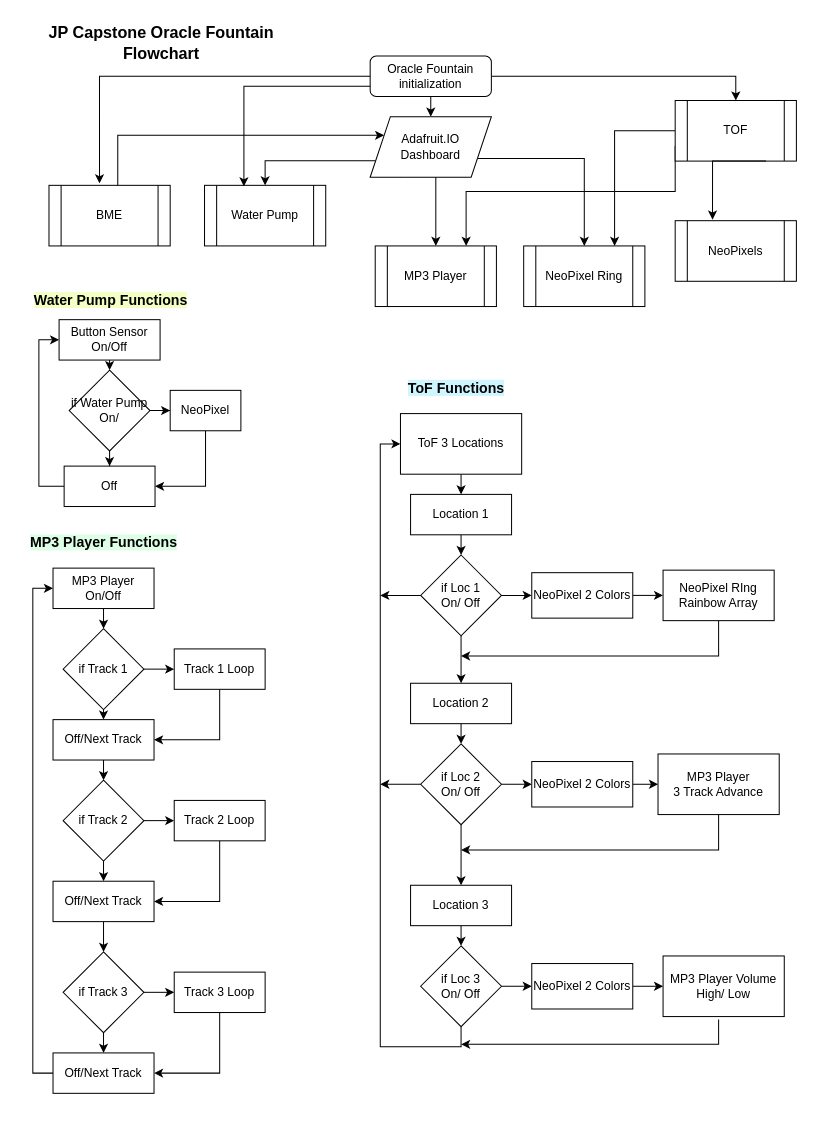
Above: JP_Capstone_Support_Files/JP_Oracle_Fountain.drawio in JPFunk/JP_Capstone (draw.io), before the change. Source tidied: cells renumbered, new cells numbered last; positions are measured from the earlier drawing's top-left corner, leaving out a move shared by most shapes. Both pictures are drawn from the tidied source at 101%, with x=0, y=0 at pixel (17, 17).
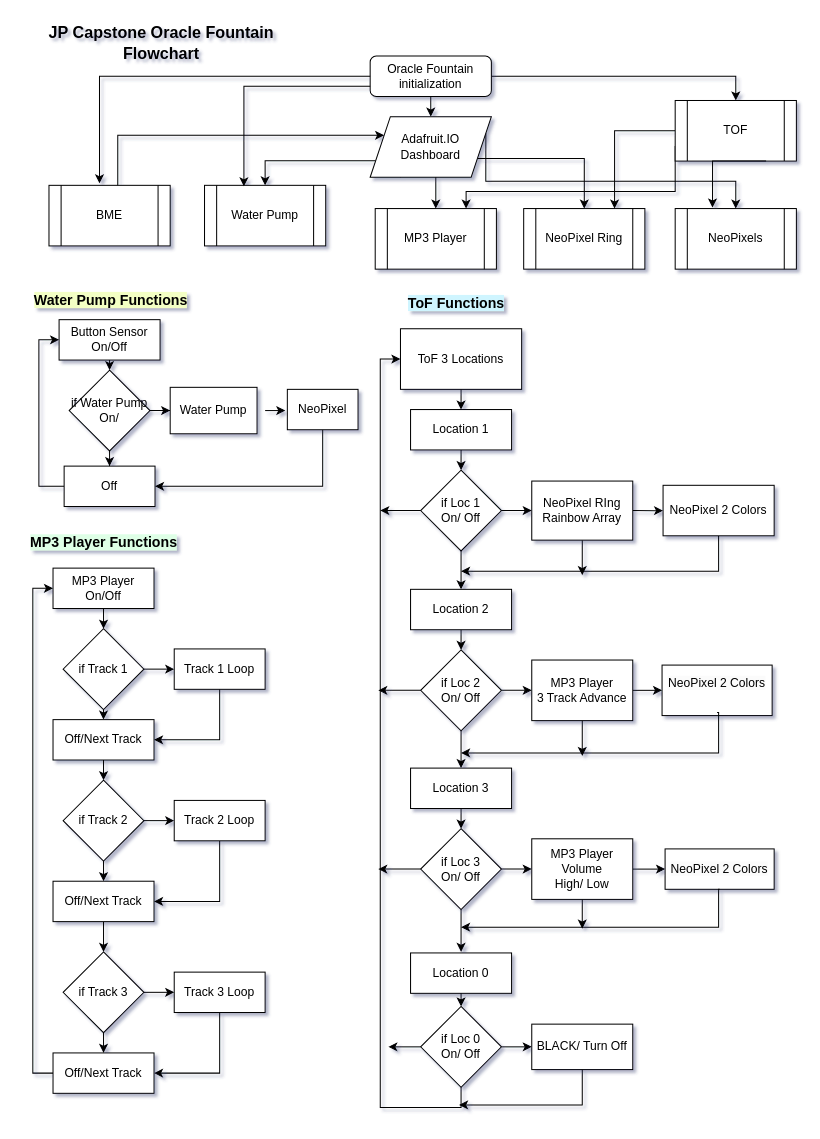
Above is the later version.

The change refers to these unchanged cells:
```xml
<mxCell id="12" value="Adafruit.IO Dashboard" style="shape=parallelogram;perimeter=parallelogramPerimeter;whiteSpace=wrap;html=1;fixedSize=1;" parent="1" vertex="1">
  <mxGeometry x="349" y="98" width="120" height="60" as="geometry" />
</mxCell>
<mxCell id="18" value="if Water Pump On/" style="rhombus;whiteSpace=wrap;html=1;" parent="1" vertex="1">
  <mxGeometry x="51" y="349" width="80" height="80" as="geometry" />
</mxCell>
```

What changed in the source:
```diff
@@
-<mxGraphModel>
+<mxGraphModel background="#ffffff" shadow="1">
@@
     <mxCell id="7" value="MP3 Player" style="shape=process;whiteSpace=wrap;html=1;backgroundOutline=1;" parent="1" vertex="1">
-      <mxGeometry x="354" y="226" width="120" height="60" as="geometry" />
+      <mxGeometry x="354" y="189" width="120" height="60" as="geometry" />
     </mxCell>
     <mxCell id="8" value="NeoPixels" style="shape=process;whiteSpace=wrap;html=1;backgroundOutline=1;" parent="1" vertex="1">
-      <mxGeometry x="651" y="201" width="120" height="60" as="geometry" />
+      <mxGeometry x="651" y="189" width="120" height="60" as="geometry" />
     </mxCell>
@@
+    <mxCell id="88" style="edgeStyle=orthogonalEdgeStyle;rounded=0;jettySize=auto;html=1;exitX=1;exitY=0.25;exitDx=0;exitDy=0;entryX=0.5;entryY=0;entryDx=0;entryDy=0;" parent="1" edge="1" source="12" target="8">
+      <mxGeometry relative="1" as="geometry">
+        <Array as="points">
+          <mxPoint x="464" y="162" />
+          <mxPoint x="711" y="162" />
+        </Array>
+      </mxGeometry>
+    </mxCell>
@@
-    <mxCell id="17" style="edgeStyle=orthogonalEdgeStyle;rounded=0;jettySize=auto;html=1;exitX=1;exitY=0.5;exitDx=0;exitDy=0;" parent="1" edge="1" source="18" target="23">
-      <mxGeometry relative="1" as="geometry" />
-    </mxCell>
@@
     <mxCell id="19" value="NeoPixel Ring" style="shape=process;whiteSpace=wrap;html=1;backgroundOutline=1;" parent="1" vertex="1">
-      <mxGeometry x="501" y="226" width="120" height="60" as="geometry" />
+      <mxGeometry x="501" y="189" width="120" height="60" as="geometry" />
     </mxCell>
@@
     <mxCell id="23" value="NeoPixel" style="rounded=0;whiteSpace=wrap;html=1;" parent="1" vertex="1">
-      <mxGeometry x="151" y="369" width="70" height="40" as="geometry" />
+      <mxGeometry x="267" y="368" width="70" height="40" as="geometry" />
     </mxCell>
@@
     <mxCell id="51" value="ToF 3 Locations" style="rounded=0;whiteSpace=wrap;html=1;" parent="1" vertex="1">
-      <mxGeometry x="379" y="392" width="120" height="60" as="geometry" />
+      <mxGeometry x="379" y="308" width="120" height="60" as="geometry" />
     </mxCell>
@@
     <mxCell id="54" style="edgeStyle=orthogonalEdgeStyle;rounded=0;jettySize=auto;html=1;exitX=0;exitY=0.5;exitDx=0;exitDy=0;" parent="1" edge="1" source="55">
       <mxGeometry relative="1" as="geometry">
-        <mxPoint x="359" y="572" as="targetPoint" />
+        <mxPoint x="359" y="488" as="targetPoint" />
       </mxGeometry>
     </mxCell>
     <mxCell id="55" value="if Loc 1&lt;div&gt;On/ Off&lt;/div&gt;" style="rhombus;whiteSpace=wrap;html=1;" parent="1" vertex="1">
-      <mxGeometry x="399" y="532" width="80" height="80" as="geometry" />
+      <mxGeometry x="399" y="448" width="80" height="80" as="geometry" />
     </mxCell>
@@
     <mxCell id="57" value="Location 1" style="rounded=0;whiteSpace=wrap;html=1;" parent="1" vertex="1">
-      <mxGeometry x="389" y="472" width="100" height="40" as="geometry" />
+      <mxGeometry x="389" y="388" width="100" height="40" as="geometry" />
     </mxCell>
@@
+    <mxCell id="89" style="edgeStyle=orthogonalEdgeStyle;rounded=0;jettySize=auto;html=1;exitX=0.5;exitY=1;exitDx=0;exitDy=0;" parent="1" edge="1" source="59">
+      <mxGeometry relative="1" as="geometry">
+        <mxPoint x="559" y="552" as="targetPoint" />
+      </mxGeometry>
+    </mxCell>
-    <mxCell id="59" value="NeoPixel 2 Colors" style="rounded=0;whiteSpace=wrap;html=1;" parent="1" vertex="1">
-      <mxGeometry x="509" y="549.5" width="100" height="45" as="geometry" />
+    <mxCell id="59" value="NeoPixel RIng&lt;div&gt;Rainbow Array&lt;/div&gt;" style="rounded=0;whiteSpace=wrap;html=1;" parent="1" vertex="1">
+      <mxGeometry x="509" y="458.8" width="100" height="58.5" as="geometry" />
     </mxCell>
@@
-    <mxCell id="62" style="edgeStyle=orthogonalEdgeStyle;rounded=0;jettySize=auto;html=1;exitX=0;exitY=0.5;exitDx=0;exitDy=0;" parent="1" edge="1" source="63">
-      <mxGeometry relative="1" as="geometry">
-        <mxPoint x="359" y="759" as="targetPoint" />
-      </mxGeometry>
-    </mxCell>
+    <mxCell id="90" style="edgeStyle=orthogonalEdgeStyle;rounded=0;jettySize=auto;html=1;exitX=0;exitY=0.5;exitDx=0;exitDy=0;" parent="1" edge="1" source="63">
+      <mxGeometry relative="1" as="geometry">
+        <mxPoint x="357" y="666" as="targetPoint" />
+      </mxGeometry>
+    </mxCell>
     <mxCell id="63" value="if Loc 2&lt;div&gt;On/ Off&lt;/div&gt;" style="rhombus;whiteSpace=wrap;html=1;" parent="1" vertex="1">
-      <mxGeometry x="399" y="719" width="80" height="80" as="geometry" />
+      <mxGeometry x="399" y="626" width="80" height="80" as="geometry" />
     </mxCell>
@@
     <mxCell id="65" value="Location 2" style="rounded=0;whiteSpace=wrap;html=1;" parent="1" vertex="1">
-      <mxGeometry x="389" y="659" width="100" height="40" as="geometry" />
+      <mxGeometry x="389" y="566" width="100" height="40" as="geometry" />
     </mxCell>
@@
+    <mxCell id="91" style="edgeStyle=orthogonalEdgeStyle;rounded=0;orthogonalLoop=1;jettySize=auto;html=1;exitX=0.5;exitY=1;exitDx=0;exitDy=0;" parent="1" edge="1">
+      <mxGeometry relative="1" as="geometry">
+        <mxPoint x="559" y="695" as="sourcePoint" />
+        <mxPoint x="559" y="731" as="targetPoint" />
+      </mxGeometry>
+    </mxCell>
-    <mxCell id="67" value="NeoPixel 2 Colors" style="rounded=0;whiteSpace=wrap;html=1;" parent="1" vertex="1">
-      <mxGeometry x="509" y="736.5" width="100" height="45" as="geometry" />
+    <mxCell id="67" value="MP3 Player&lt;div&gt;3 Track Advance&lt;/div&gt;" style="rounded=0;whiteSpace=wrap;html=1;" parent="1" vertex="1">
+      <mxGeometry x="509" y="636" width="100" height="60" as="geometry" />
     </mxCell>
@@
-    <mxCell id="69" style="edgeStyle=orthogonalEdgeStyle;rounded=0;jettySize=auto;html=1;exitX=0.5;exitY=1;exitDx=0;exitDy=0;entryX=0;entryY=0.5;entryDx=0;entryDy=0;" parent="1" edge="1" source="70" target="51">
-      <mxGeometry relative="1" as="geometry" />
-    </mxCell>
+    <mxCell id="92" style="edgeStyle=orthogonalEdgeStyle;rounded=0;jettySize=auto;html=1;exitX=0.5;exitY=1;exitDx=0;exitDy=0;" parent="1" edge="1" source="70">
+      <mxGeometry relative="1" as="geometry">
+        <mxPoint x="439" y="925" as="targetPoint" />
+      </mxGeometry>
+    </mxCell>
+    <mxCell id="93" style="edgeStyle=orthogonalEdgeStyle;rounded=0;jettySize=auto;html=1;exitX=0;exitY=0.5;exitDx=0;exitDy=0;" parent="1" edge="1" source="70">
+      <mxGeometry relative="1" as="geometry">
+        <mxPoint x="357" y="843" as="targetPoint" />
+      </mxGeometry>
+    </mxCell>
     <mxCell id="70" value="if Loc 3&lt;div&gt;On/ Off&lt;/div&gt;" style="rhombus;whiteSpace=wrap;html=1;" parent="1" vertex="1">
-      <mxGeometry x="399" y="919" width="80" height="80" as="geometry" />
+      <mxGeometry x="399" y="803" width="80" height="80" as="geometry" />
     </mxCell>
@@
     <mxCell id="72" value="Location 3" style="rounded=0;whiteSpace=wrap;html=1;" parent="1" vertex="1">
-      <mxGeometry x="389" y="859" width="100" height="40" as="geometry" />
+      <mxGeometry x="389" y="743" width="100" height="40" as="geometry" />
     </mxCell>
@@
+    <mxCell id="94" style="edgeStyle=orthogonalEdgeStyle;rounded=0;jettySize=auto;html=1;exitX=0.5;exitY=1;exitDx=0;exitDy=0;" parent="1" edge="1" source="74">
+      <mxGeometry relative="1" as="geometry">
+        <mxPoint x="559" y="902" as="targetPoint" />
+      </mxGeometry>
+    </mxCell>
-    <mxCell id="74" value="NeoPixel 2 Colors" style="rounded=0;whiteSpace=wrap;html=1;" parent="1" vertex="1">
-      <mxGeometry x="509" y="936.5" width="100" height="45" as="geometry" />
+    <mxCell id="74" value="MP3 Player Volume&lt;div&gt;High/ Low&lt;/div&gt;" style="rounded=0;whiteSpace=wrap;html=1;" parent="1" vertex="1">
+      <mxGeometry x="509" y="813" width="100" height="60" as="geometry" />
     </mxCell>
     <mxCell id="75" style="edgeStyle=orthogonalEdgeStyle;rounded=0;jettySize=auto;html=1;exitX=0.5;exitY=1;exitDx=0;exitDy=0;" parent="1" edge="1" source="76">
       <mxGeometry relative="1" as="geometry">
-        <mxPoint x="439" y="632" as="targetPoint" />
+        <mxPoint x="439" y="548" as="targetPoint" />
         <Array as="points">
-          <mxPoint x="694" y="632" />
+          <mxPoint x="694" y="548" />
         </Array>
       </mxGeometry>
     </mxCell>
-    <mxCell id="76" value="NeoPixel RIng&lt;div&gt;Rainbow Array&lt;/div&gt;" style="rounded=0;whiteSpace=wrap;html=1;" parent="1" vertex="1">
-      <mxGeometry x="639" y="547" width="110" height="50" as="geometry" />
+    <mxCell id="76" value="NeoPixel 2 Colors" style="rounded=0;whiteSpace=wrap;html=1;" parent="1" vertex="1">
+      <mxGeometry x="639" y="463" width="110" height="50" as="geometry" />
     </mxCell>
-    <mxCell id="77" value="MP3 Player&lt;div&gt;3 Track Advance&lt;/div&gt;" style="rounded=0;whiteSpace=wrap;html=1;" parent="1" vertex="1">
-      <mxGeometry x="634" y="729" width="120" height="60" as="geometry" />
+    <mxCell id="77" value="&#10;&lt;span style=&quot;color: rgb(0, 0, 0); font-family: Helvetica; font-size: 12px; font-style: normal; font-variant-ligatures: normal; font-variant-caps: normal; font-weight: 400; letter-spacing: normal; orphans: 2; text-align: center; text-indent: 0px; text-transform: none; widows: 2; word-spacing: 0px; -webkit-text-stroke-width: 0px; white-space: normal; background-color: rgb(251, 251, 251); text-decoration-thickness: initial; text-decoration-style: initial; text-decoration-color: initial; display: inline !important; float: none;&quot;&gt;NeoPixel 2 Colors&lt;/span&gt;&#10;&#10;" style="rounded=0;whiteSpace=wrap;html=1;" parent="1" vertex="1">
+      <mxGeometry x="638" y="641" width="109" height="50" as="geometry" />
     </mxCell>
-    <mxCell id="78" value="MP3 Player Volume&lt;div&gt;High/ Low&lt;/div&gt;" style="rounded=0;whiteSpace=wrap;html=1;" parent="1" vertex="1">
-      <mxGeometry x="639" y="929" width="120" height="60" as="geometry" />
+    <mxCell id="78" value="&#10;&lt;br style=&quot;forced-color-adjust: none; color: rgb(0, 0, 0); font-family: Helvetica; font-size: 12px; font-style: normal; font-variant-ligatures: normal; font-variant-caps: normal; font-weight: 400; letter-spacing: normal; orphans: 2; text-align: center; text-indent: 0px; text-transform: none; widows: 2; word-spacing: 0px; -webkit-text-stroke-width: 0px; white-space: normal; background-color: rgb(251, 251, 251); text-decoration-thickness: initial; text-decoration-style: initial; text-decoration-color: initial;&quot;&gt;&lt;span style=&quot;forced-color-adjust: none; color: rgb(0, 0, 0); font-family: Helvetica; font-size: 12px; font-style: normal; font-variant-ligatures: normal; font-variant-caps: normal; font-weight: 400; letter-spacing: normal; orphans: 2; text-align: center; text-indent: 0px; text-transform: none; widows: 2; word-spacing: 0px; -webkit-text-stroke-width: 0px; white-space: normal; text-decoration-thickness: initial; text-decoration-style: initial; text-decoration-color: initial; background-color: rgb(251, 251, 251); float: none; display: inline !important;&quot;&gt;NeoPixel 2 Colors&lt;/span&gt;&lt;br style=&quot;forced-color-adjust: none; color: rgb(0, 0, 0); font-family: Helvetica; font-size: 12px; font-style: normal; font-variant-ligatures: normal; font-variant-caps: normal; font-weight: 400; letter-spacing: normal; orphans: 2; text-align: center; text-indent: 0px; text-transform: none; widows: 2; word-spacing: 0px; -webkit-text-stroke-width: 0px; white-space: normal; background-color: rgb(251, 251, 251); text-decoration-thickness: initial; text-decoration-style: initial; text-decoration-color: initial;&quot;&gt;&#10;&#10;" style="rounded=0;whiteSpace=wrap;html=1;" parent="1" vertex="1">
+      <mxGeometry x="641" y="823" width="108" height="40" as="geometry" />
     </mxCell>
     <mxCell id="79" style="edgeStyle=orthogonalEdgeStyle;rounded=0;orthogonalLoop=1;jettySize=auto;html=1;exitX=0.5;exitY=1;exitDx=0;exitDy=0;" parent="1" edge="1">
       <mxGeometry relative="1" as="geometry">
-        <mxPoint x="694" y="789" as="sourcePoint" />
-        <mxPoint x="439" y="824" as="targetPoint" />
+        <mxPoint x="692.5" y="688" as="sourcePoint" />
+        <mxPoint x="439" y="728" as="targetPoint" />
         <Array as="points">
-          <mxPoint x="694" y="824" />
+          <mxPoint x="694" y="688" />
+          <mxPoint x="694" y="728" />
         </Array>
       </mxGeometry>
     </mxCell>
-    <mxCell id="80" style="edgeStyle=orthogonalEdgeStyle;rounded=0;orthogonalLoop=1;jettySize=auto;html=1;" parent="1" edge="1">
+    <mxCell id="80" style="edgeStyle=orthogonalEdgeStyle;rounded=0;jettySize=auto;html=1;exitX=0.5;exitY=1;exitDx=0;exitDy=0;" parent="1" edge="1" source="78">
       <mxGeometry relative="1" as="geometry">
-        <mxPoint x="694" y="992" as="sourcePoint" />
-        <mxPoint x="439" y="1016.5" as="targetPoint" />
+        <mxPoint x="439" y="900.5" as="targetPoint" />
         <Array as="points">
-          <mxPoint x="694" y="1016.5" />
+          <mxPoint x="694" y="863" />
+          <mxPoint x="694" y="901" />
         </Array>
       </mxGeometry>
     </mxCell>
@@
     <mxCell id="83" value="&lt;font style=&quot;font-size: 14px;&quot;&gt;&lt;b style=&quot;background-color: rgb(207, 245, 255);&quot;&gt;ToF Functions&lt;/b&gt;&lt;/font&gt;" style="text;html=1;align=center;verticalAlign=middle;strokeColor=none;fillColor=none;" parent="1" vertex="1">
-      <mxGeometry x="374" y="352" width="120" height="30" as="geometry" />
+      <mxGeometry x="374" y="268" width="120" height="30" as="geometry" />
     </mxCell>
@@
+    <mxCell id="95" style="edgeStyle=orthogonalEdgeStyle;rounded=0;jettySize=auto;html=1;exitX=0.5;exitY=1;exitDx=0;exitDy=0;entryX=0.5;entryY=0;entryDx=0;entryDy=0;" parent="1" edge="1" source="96" target="100">
+      <mxGeometry relative="1" as="geometry" />
+    </mxCell>
+    <mxCell id="96" value="Location 0" style="rounded=0;whiteSpace=wrap;html=1;" parent="1" vertex="1">
+      <mxGeometry x="389" y="926" width="100" height="40" as="geometry" />
+    </mxCell>
+    <mxCell id="97" style="edgeStyle=orthogonalEdgeStyle;rounded=0;jettySize=auto;html=1;exitX=1;exitY=0.5;exitDx=0;exitDy=0;entryX=0;entryY=0.5;entryDx=0;entryDy=0;" parent="1" edge="1" source="100" target="101">
+      <mxGeometry relative="1" as="geometry" />
+    </mxCell>
+    <mxCell id="98" style="edgeStyle=orthogonalEdgeStyle;rounded=0;jettySize=auto;html=1;exitX=0.5;exitY=1;exitDx=0;exitDy=0;entryX=0;entryY=0.5;entryDx=0;entryDy=0;" parent="1" edge="1" source="100" target="51">
+      <mxGeometry relative="1" as="geometry" />
+    </mxCell>
+    <mxCell id="99" style="edgeStyle=orthogonalEdgeStyle;rounded=0;jettySize=auto;html=1;exitX=0;exitY=0.5;exitDx=0;exitDy=0;" parent="1" edge="1" source="100">
+      <mxGeometry relative="1" as="geometry">
+        <mxPoint x="367" y="1019" as="targetPoint" />
+      </mxGeometry>
+    </mxCell>
+    <mxCell id="100" value="if Loc 0&lt;div&gt;On/ Off&lt;/div&gt;" style="rhombus;whiteSpace=wrap;html=1;" parent="1" vertex="1">
+      <mxGeometry x="399" y="979" width="80" height="80" as="geometry" />
+    </mxCell>
+    <mxCell id="101" value="BLACK/ Turn Off" style="rounded=0;whiteSpace=wrap;html=1;" parent="1" vertex="1">
+      <mxGeometry x="509" y="996.5" width="100" height="45" as="geometry" />
+    </mxCell>
+    <mxCell id="102" style="edgeStyle=orthogonalEdgeStyle;rounded=0;jettySize=auto;html=1;exitX=0.5;exitY=1;exitDx=0;exitDy=0;" parent="1" edge="1" source="101">
+      <mxGeometry relative="1" as="geometry">
+        <mxPoint x="437" y="1076.5" as="targetPoint" />
+        <Array as="points">
+          <mxPoint x="559" y="1077" />
+        </Array>
+      </mxGeometry>
+    </mxCell>
+    <mxCell id="103" style="edgeStyle=orthogonalEdgeStyle;rounded=0;jettySize=auto;html=1;exitX=1;exitY=0.5;exitDx=0;exitDy=0;" parent="1" edge="1" source="18" target="105">
+      <mxGeometry relative="1" as="geometry" />
+    </mxCell>
+    <mxCell id="104" style="edgeStyle=orthogonalEdgeStyle;rounded=0;orthogonalLoop=1;jettySize=auto;html=1;exitX=1;exitY=0.5;exitDx=0;exitDy=0;" parent="1" edge="1">
+      <mxGeometry relative="1" as="geometry">
+        <mxPoint x="245" y="389" as="sourcePoint" />
+        <mxPoint x="265" y="389" as="targetPoint" />
+      </mxGeometry>
+    </mxCell>
+    <mxCell id="105" value="Water Pump" style="rounded=0;whiteSpace=wrap;html=1;" parent="1" vertex="1">
+      <mxGeometry x="151" y="366" width="86" height="46" as="geometry" />
+    </mxCell>
```
